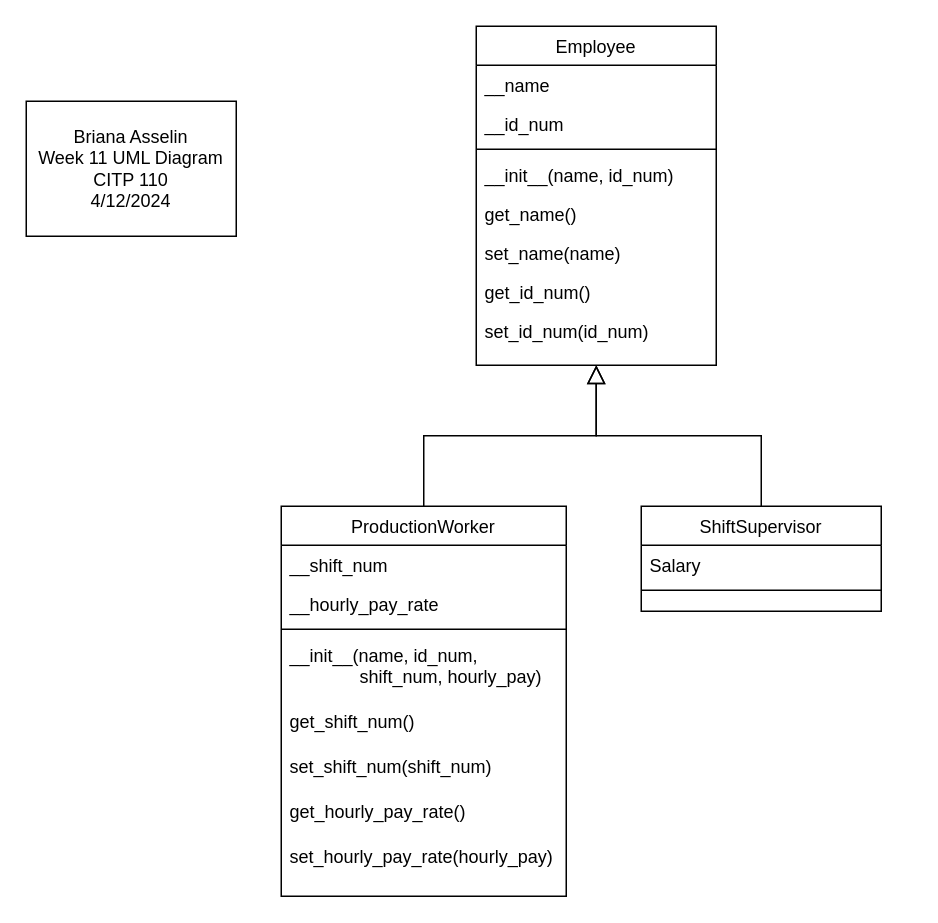
Before: Untitled Diagram.drawio in basselin2/IntroToPythonLCC, a draw.io diagram. Source tidied: cells renumbered, new cells numbered last; positions are measured from the earlier drawing's top-left corner, leaving out a move shared by most shapes. Both pictures are drawn from the tidied source at 150%, with x=0, y=0 at pixel (26, 26).
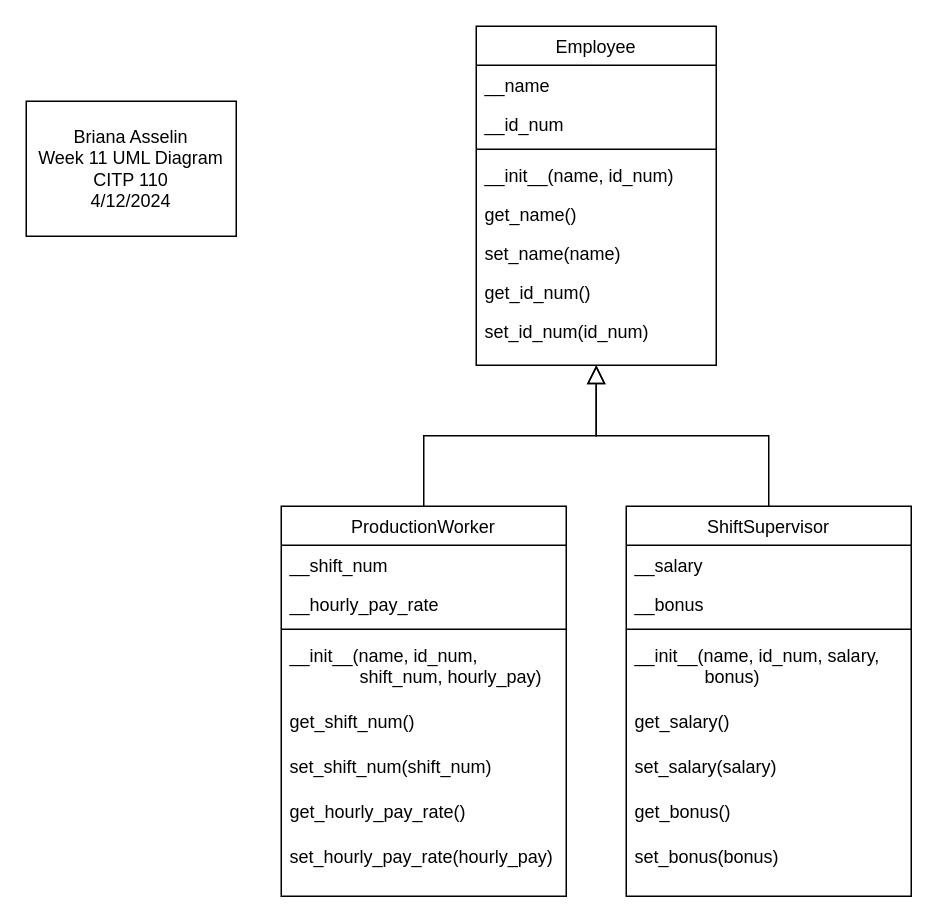
After the change.

The change refers to these unchanged cells:
```xml
<mxCell id="2" value="Employee" style="swimlane;fontStyle=0;align=center;verticalAlign=top;horizontal=1;startSize=26;rounded=0;shadow=0;strokeWidth=1;" parent="1" vertex="1">
  <mxGeometry x="300" width="160" height="226" as="geometry" />
</mxCell>
```

The edit, as a diff of the source:
```diff
@@
-    <mxCell id="21" value="ShiftSupervisor" style="swimlane;fontStyle=0;align=center;verticalAlign=top;horizontal=1;startSize=26;rounded=0;shadow=0;strokeWidth=1;" parent="1" vertex="1">
-      <mxGeometry x="410" y="320" width="160" height="70" as="geometry" />
-    </mxCell>
-    <mxCell id="22" value="Salary" style="text;align=left;verticalAlign=top;spacingLeft=4;spacingRight=4;overflow=hidden;" parent="21" vertex="1">
-      <mxGeometry y="26" width="160" height="26" as="geometry" />
-    </mxCell>
-    <mxCell id="23" style="line;html=1;strokeWidth=1;align=left;verticalAlign=middle;spacingTop=-1;spacingLeft=3;spacingRight=3;labelPosition=right;" parent="21" vertex="1">
-      <mxGeometry y="52" width="160" height="8" as="geometry" />
-    </mxCell>
-    <mxCell id="24" style="endArrow=block;endSize=10;endFill=0;shadow=0;strokeWidth=1;rounded=0;curved=0;edgeStyle=elbowEdgeStyle;elbow=vertical;" parent="1" edge="1" source="21" target="2">
+    <mxCell id="24" style="endArrow=block;endSize=10;endFill=0;shadow=0;strokeWidth=1;rounded=0;curved=0;edgeStyle=elbowEdgeStyle;elbow=vertical;exitX=0.5;exitY=0;exitDx=0;exitDy=0;" parent="1" edge="1" source="21" target="2">
       <mxGeometry relative="1" as="geometry" />
     </mxCell>
@@
+    <mxCell id="21" value="ShiftSupervisor" style="swimlane;fontStyle=0;align=center;verticalAlign=top;horizontal=1;startSize=26;rounded=0;shadow=0;strokeWidth=1;" parent="1" vertex="1">
+      <mxGeometry x="400" y="320" width="190" height="260" as="geometry" />
+    </mxCell>
+    <mxCell id="26" value="__salary" style="text;align=left;verticalAlign=top;spacingLeft=4;spacingRight=4;overflow=hidden;" parent="21" vertex="1">
+      <mxGeometry y="26" width="190" height="26" as="geometry" />
+    </mxCell>
+    <mxCell id="27" value="__bonus" style="text;align=left;verticalAlign=top;spacingLeft=4;spacingRight=4;overflow=hidden;rounded=0;shadow=0;html=0;" parent="21" vertex="1">
+      <mxGeometry y="52" width="190" height="26" as="geometry" />
+    </mxCell>
+    <mxCell id="28" style="line;html=1;strokeWidth=1;align=left;verticalAlign=middle;spacingTop=-1;spacingLeft=3;spacingRight=3;labelPosition=right;" parent="21" vertex="1">
+      <mxGeometry y="78" width="190" height="8" as="geometry" />
+    </mxCell>
+    <mxCell id="29" value="__init__(name, id_num, salary, &#10;              bonus)" style="text;align=left;verticalAlign=top;spacingLeft=4;spacingRight=4;overflow=hidden;" parent="21" vertex="1">
+      <mxGeometry y="86" width="190" height="44" as="geometry" />
+    </mxCell>
+    <mxCell id="30" value="get_salary()" style="text;align=left;verticalAlign=top;spacingLeft=4;spacingRight=4;overflow=hidden;" parent="21" vertex="1">
+      <mxGeometry y="130" width="190" height="30" as="geometry" />
+    </mxCell>
+    <mxCell id="31" value="set_salary(salary)" style="text;align=left;verticalAlign=top;spacingLeft=4;spacingRight=4;overflow=hidden;" parent="21" vertex="1">
+      <mxGeometry y="160" width="190" height="30" as="geometry" />
+    </mxCell>
+    <mxCell id="32" value="get_bonus()" style="text;align=left;verticalAlign=top;spacingLeft=4;spacingRight=4;overflow=hidden;" parent="21" vertex="1">
+      <mxGeometry y="190" width="190" height="30" as="geometry" />
+    </mxCell>
+    <mxCell id="33" value="set_bonus(bonus)" style="text;align=left;verticalAlign=top;spacingLeft=4;spacingRight=4;overflow=hidden;" parent="21" vertex="1">
+      <mxGeometry y="220" width="190" height="30" as="geometry" />
+    </mxCell>
```
